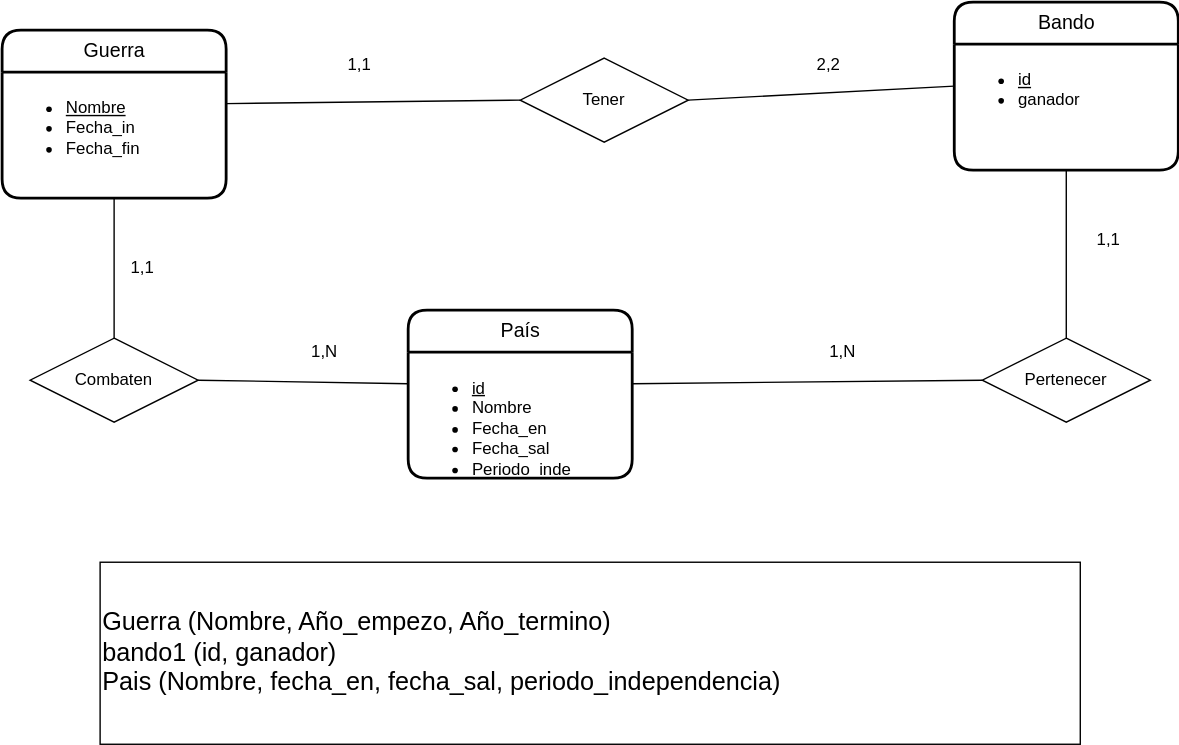
Above: UD12-04.svg in Jimxx22/C3-UD11-UML (draw.io), before the change. Source tidied: cells renumbered, new cells last; positions are measured from the earlier drawing's top-left corner, leaving out a move shared by most shapes.
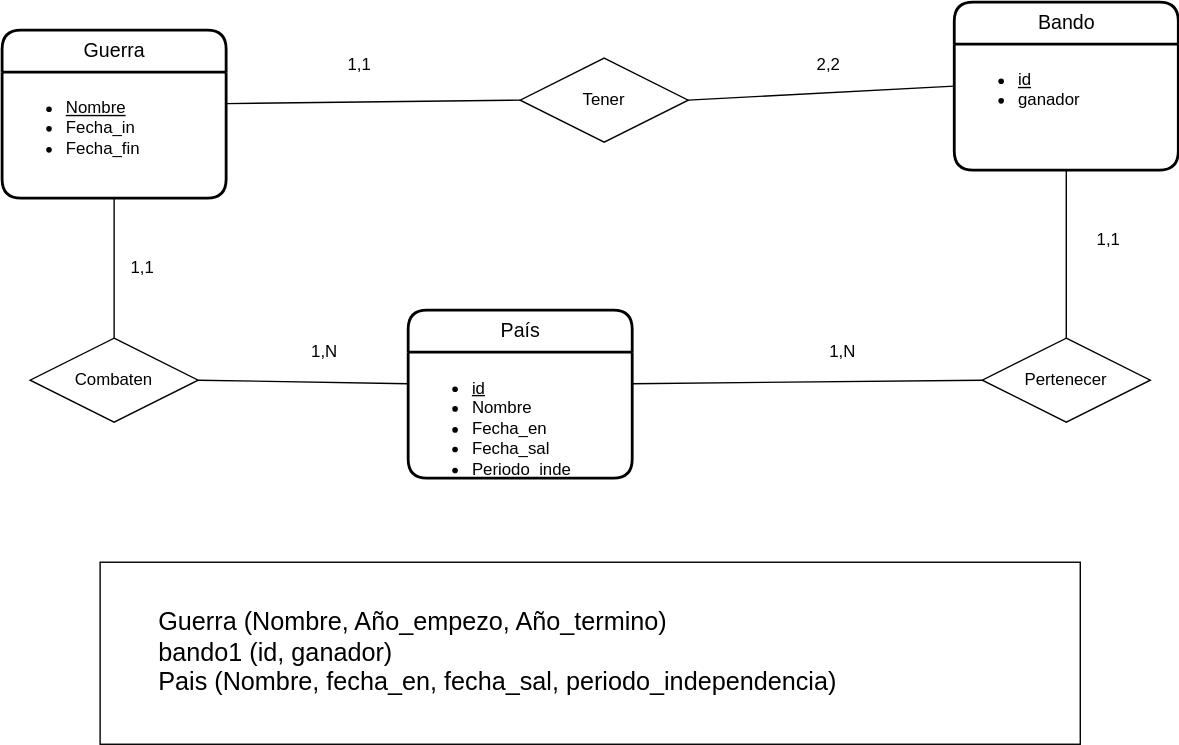
The same diagram one commit later.

The edit, as a diff of the source:
```diff
@@ -65,7 +65,7 @@
     <mxCell id="22" value="1,N" style="text;html=1;align=center;verticalAlign=middle;strokeColor=none;fillColor=none;" parent="1" vertex="1">
       <mxGeometry x="580" y="235" width="40" height="30" as="geometry" />
     </mxCell>
-    <mxCell id="23" value="&lt;div style=&quot;text-align: justify; font-size: 18px;&quot;&gt;&lt;span style=&quot;background-color: initial;&quot;&gt;&lt;font style=&quot;font-size: 18px;&quot;&gt;Guerra (Nombre, Año_empezo, Año_termino)&lt;/font&gt;&lt;/span&gt;&lt;/div&gt;&lt;font style=&quot;font-size: 18px;&quot;&gt;&lt;span style=&quot;background-color: initial;&quot;&gt;&lt;div style=&quot;text-align: justify;&quot;&gt;&lt;span style=&quot;background-color: initial;&quot;&gt;bando1 (id, ganador)&lt;/span&gt;&lt;/div&gt;&lt;/span&gt;&lt;span style=&quot;background-color: initial;&quot;&gt;&lt;div style=&quot;text-align: justify;&quot;&gt;&lt;span style=&quot;background-color: initial;&quot;&gt;Pais (Nombre, fecha_en, fecha_sal, periodo_independencia)&lt;/span&gt;&lt;/div&gt;&lt;/span&gt;&lt;/font&gt;" style="rounded=0;whiteSpace=wrap;html=1;align=left;" parent="1" vertex="1">
+    <mxCell id="23" value="&lt;blockquote style=&quot;margin: 0 0 0 40px; border: none; padding: 0px;&quot;&gt;&lt;div style=&quot;text-align: justify; font-size: 18px;&quot;&gt;&lt;span style=&quot;background-color: initial;&quot;&gt;&lt;font style=&quot;font-size: 18px;&quot;&gt;Guerra (Nombre, Año_empezo, Año_termino)&lt;/font&gt;&lt;/span&gt;&lt;/div&gt;&lt;font style=&quot;font-size: 18px;&quot;&gt;&lt;span style=&quot;background-color: initial;&quot;&gt;&lt;div style=&quot;text-align: justify;&quot;&gt;&lt;span style=&quot;background-color: initial;&quot;&gt;bando1 (id, ganador)&lt;/span&gt;&lt;/div&gt;&lt;/span&gt;&lt;/font&gt;&lt;font style=&quot;font-size: 18px;&quot;&gt;&lt;span style=&quot;background-color: initial;&quot;&gt;&lt;div style=&quot;text-align: justify;&quot;&gt;&lt;span style=&quot;background-color: initial;&quot;&gt;Pais (Nombre, fecha_en, fecha_sal, periodo_independencia)&lt;/span&gt;&lt;/div&gt;&lt;/span&gt;&lt;/font&gt;&lt;/blockquote&gt;" style="rounded=0;whiteSpace=wrap;html=1;align=left;" parent="1" vertex="1">
       <mxGeometry x="70" y="400" width="700" height="130" as="geometry" />
     </mxCell>
   </root>
```
